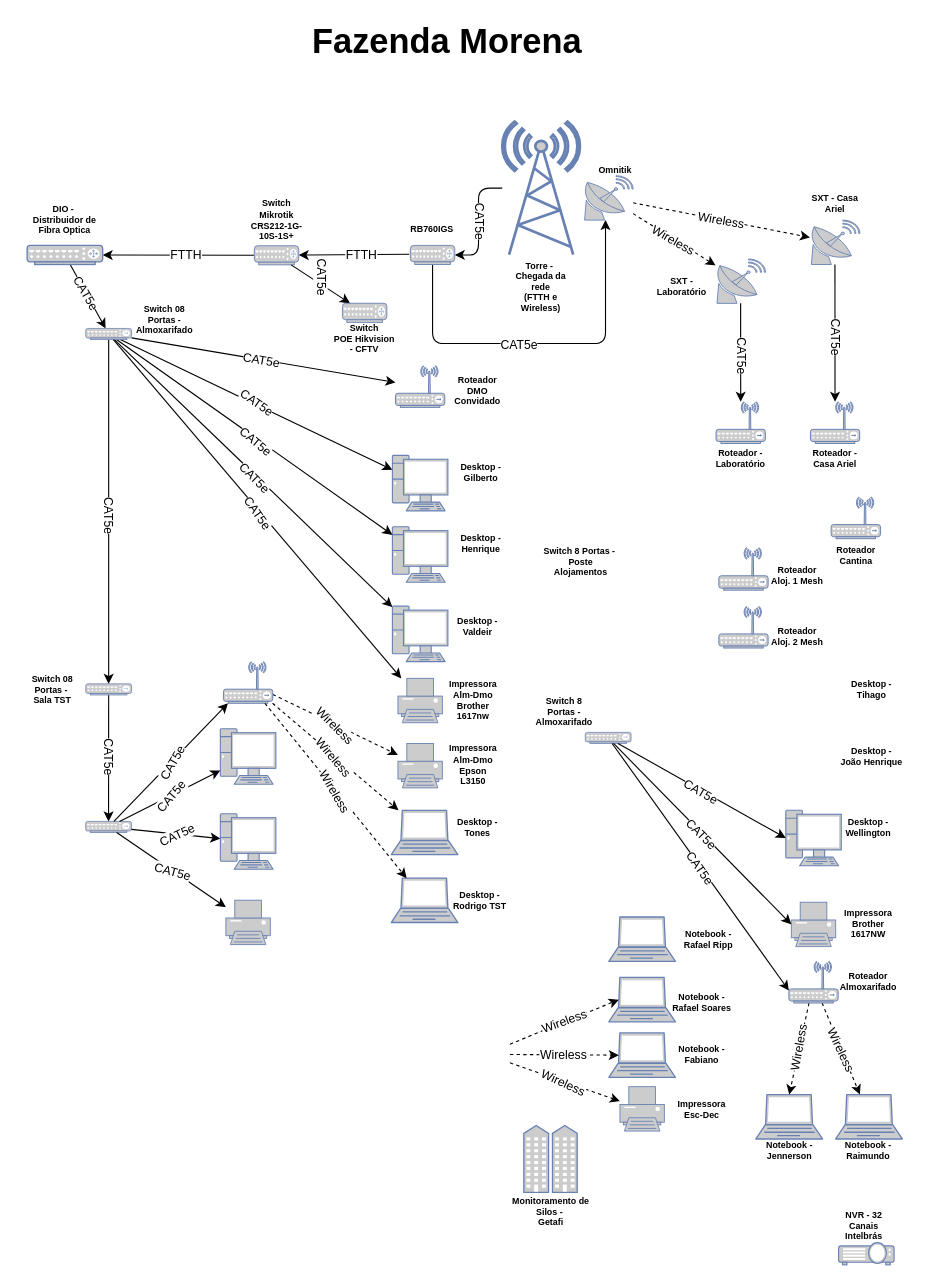
Above: Diagrama Rede Morena.drawio in AlbertoPontes/Fluxogramas (draw.io), before the change. Source tidied: cells renumbered, new cells numbered last; positions are measured from the earlier drawing's top-left corner, leaving out a move shared by most shapes. Both pictures are drawn from the tidied source at 111%, with x=0, y=0 at pixel (19, 19).
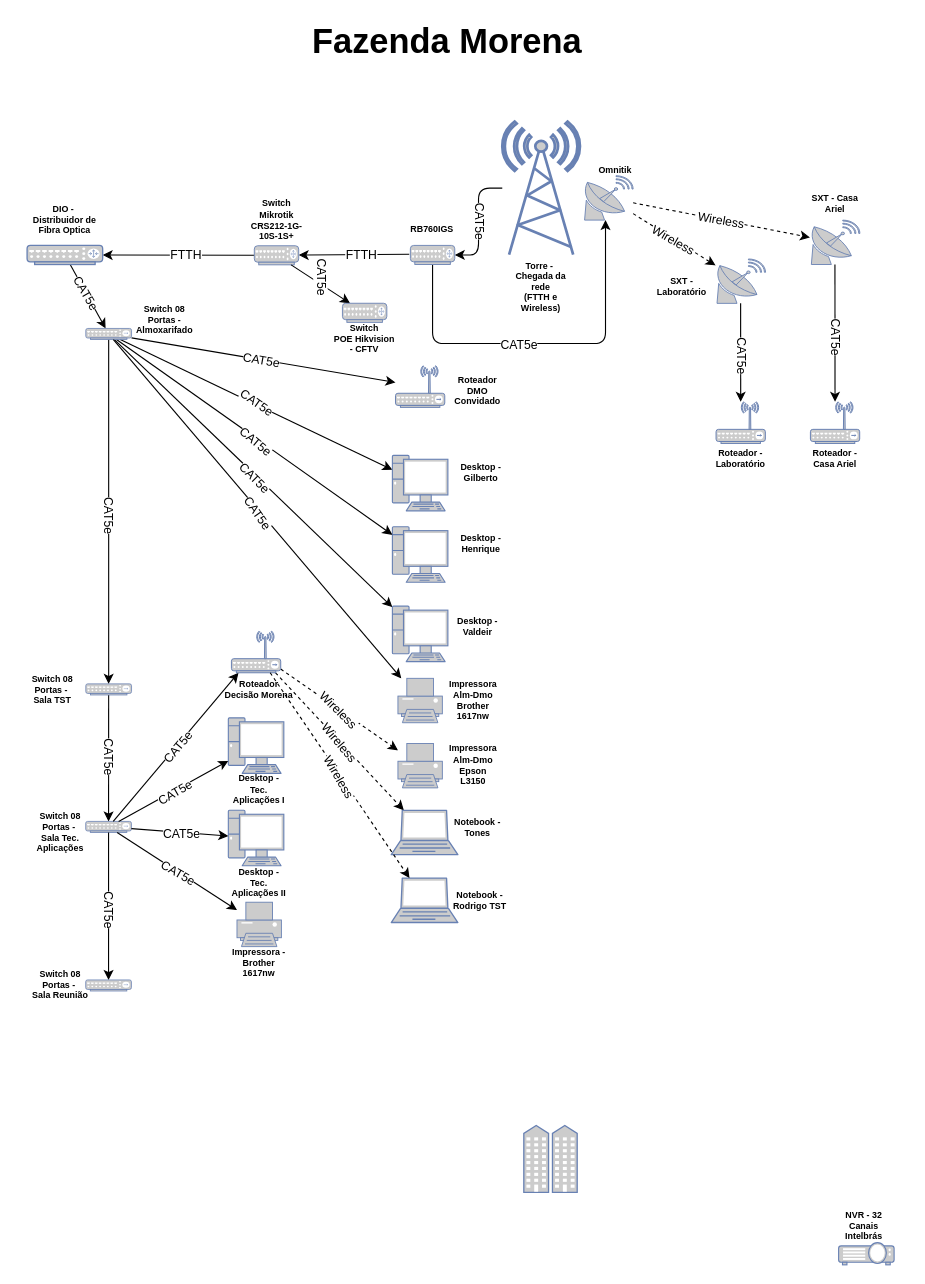
The same page after the edit.

The change refers to these unchanged cells:
```xml
<mxCell id="105" style="fontColor=#0066CC;verticalAlign=top;verticalLabelPosition=bottom;labelPosition=center;align=center;html=1;outlineConnect=0;fillColor=#CCCCCC;strokeColor=#6881B3;gradientColor=none;gradientDirection=north;strokeWidth=2;shape=mxgraph.networks.hub;rounded=1;" parent="1" vertex="1">
  <mxGeometry x="59.7" y="722.5" width="41.2" height="10" as="geometry" />
</mxCell>
<mxCell id="131" style="endArrow=classic;html=1;rounded=1;" parent="1" edge="1" source="105" target="134">
  <mxGeometry relative="1" as="geometry" />
</mxCell>
<mxCell id="135" style="endArrow=classic;html=1;rounded=1;" parent="1" edge="1" source="105" target="11">
  <mxGeometry relative="1" as="geometry" />
</mxCell>
<mxCell id="137" style="endArrow=classic;html=1;rounded=1;" parent="1" edge="1" source="105" target="12">
  <mxGeometry relative="1" as="geometry" />
</mxCell>
<mxCell id="139" style="endArrow=classic;html=1;rounded=1;" parent="1" edge="1" source="105" target="133">
  <mxGeometry relative="1" as="geometry" />
</mxCell>
```

What changed in the source:
```diff
@@
-    <mxCell id="7" style="fontColor=#0066CC;verticalAlign=top;verticalLabelPosition=bottom;labelPosition=center;align=center;html=1;outlineConnect=0;fillColor=#CCCCCC;strokeColor=#6881B3;gradientColor=none;gradientDirection=north;strokeWidth=2;shape=mxgraph.networks.hub;rounded=1;" parent="1" vertex="1">
-      <mxGeometry x="509.8" y="642.3" width="41.2" height="10" as="geometry" />
-    </mxCell>
-    <mxCell id="8" style="fontColor=#0066CC;verticalAlign=top;verticalLabelPosition=bottom;labelPosition=center;align=center;html=1;outlineConnect=0;fillColor=#CCCCCC;strokeColor=#6881B3;gradientColor=none;gradientDirection=north;strokeWidth=2;shape=mxgraph.networks.laptop;rounded=1;" parent="1" vertex="1">
-      <mxGeometry x="531" y="863.1" width="60" height="40" as="geometry" />
-    </mxCell>
-    <mxCell id="9" style="fontColor=#0066CC;verticalAlign=top;verticalLabelPosition=bottom;labelPosition=center;align=center;html=1;outlineConnect=0;fillColor=#CCCCCC;strokeColor=#6881B3;gradientColor=none;gradientDirection=north;strokeWidth=2;shape=mxgraph.networks.laptop;rounded=1;" parent="1" vertex="1">
-      <mxGeometry x="531" y="913.1" width="60" height="40" as="geometry" />
-    </mxCell>
@@
     <mxCell id="11" style="fontColor=#0066CC;verticalAlign=top;verticalLabelPosition=bottom;labelPosition=center;align=center;html=1;outlineConnect=0;fillColor=#CCCCCC;strokeColor=#6881B3;gradientColor=none;gradientDirection=north;strokeWidth=2;shape=mxgraph.networks.pc;rounded=1;" parent="1" vertex="1">
-      <mxGeometry x="181" y="639" width="50" height="50" as="geometry" />
+      <mxGeometry x="188.2" y="629.2" width="50" height="50" as="geometry" />
     </mxCell>
     <mxCell id="12" style="fontColor=#0066CC;verticalAlign=top;verticalLabelPosition=bottom;labelPosition=center;align=center;html=1;outlineConnect=0;fillColor=#CCCCCC;strokeColor=#6881B3;gradientColor=none;gradientDirection=north;strokeWidth=2;shape=mxgraph.networks.pc;rounded=1;" parent="1" vertex="1">
-      <mxGeometry x="181" y="715.6" width="50" height="50" as="geometry" />
+      <mxGeometry x="188.2" y="712.5" width="50" height="50" as="geometry" />
     </mxCell>
@@
-    <mxCell id="32" value="Roteador&lt;br&gt;Aloj. 1&amp;nbsp;Mesh" style="text;html=1;strokeColor=none;fillColor=none;align=center;verticalAlign=middle;whiteSpace=wrap;rounded=1;fontSize=8;fontStyle=1;" parent="1" vertex="1">
-      <mxGeometry x="671.3" y="486.2" width="60" height="30" as="geometry" />
-    </mxCell>
-    <mxCell id="33" value="Roteador&lt;br style=&quot;border-color: var(--border-color);&quot;&gt;Aloj. 2 Mesh" style="text;html=1;strokeColor=none;fillColor=none;align=center;verticalAlign=middle;whiteSpace=wrap;rounded=1;fontSize=8;fontStyle=1;" parent="1" vertex="1">
-      <mxGeometry x="671.3" y="540.5" width="60" height="30" as="geometry" />
-    </mxCell>
-    <mxCell id="34" value="Roteador&lt;br&gt;Cantina" style="text;html=1;strokeColor=none;fillColor=none;align=center;verticalAlign=middle;whiteSpace=wrap;rounded=1;fontSize=8;fontStyle=1;" parent="1" vertex="1">
-      <mxGeometry x="723.5" y="467.8" width="60" height="30" as="geometry" />
-    </mxCell>
-    <mxCell id="35" style="fontColor=#0066CC;verticalAlign=top;verticalLabelPosition=bottom;labelPosition=center;align=center;html=1;outlineConnect=0;fillColor=#CCCCCC;strokeColor=#6881B3;gradientColor=none;gradientDirection=north;strokeWidth=2;shape=mxgraph.networks.pc;rounded=1;" parent="1" vertex="1">
-      <mxGeometry x="690.4" y="712.5" width="50" height="50" as="geometry" />
-    </mxCell>
-    <mxCell id="36" style="fontColor=#0066CC;verticalAlign=top;verticalLabelPosition=bottom;labelPosition=center;align=center;html=1;outlineConnect=0;fillColor=#CCCCCC;strokeColor=#6881B3;gradientColor=none;gradientDirection=north;strokeWidth=2;shape=mxgraph.networks.laptop;rounded=1;" parent="1" vertex="1">
-      <mxGeometry x="663.5" y="968.6" width="60" height="40" as="geometry" />
-    </mxCell>
-    <mxCell id="37" style="endArrow=classic;html=1;rounded=1;entryX=0;entryY=0.5;entryDx=0;entryDy=0;entryPerimeter=0;" parent="1" edge="1" source="7" target="35">
-      <mxGeometry relative="1" as="geometry" />
-    </mxCell>
-    <mxCell id="38" value="CAT5e" style="edgeLabel;html=1;align=center;verticalAlign=middle;rotation=30;rounded=1;" parent="37" vertex="1">
-      <mxGeometry relative="1" as="geometry">
-        <mxPoint x="-1" as="offset" />
-      </mxGeometry>
-    </mxCell>
-    <mxCell id="39" style="fontColor=#0066CC;verticalAlign=top;verticalLabelPosition=bottom;labelPosition=center;align=center;html=1;outlineConnect=0;fillColor=#CCCCCC;strokeColor=#6881B3;gradientColor=none;gradientDirection=north;strokeWidth=2;shape=mxgraph.networks.laptop;rounded=1;" parent="1" vertex="1">
-      <mxGeometry x="735.4" y="968.6" width="60" height="40" as="geometry" />
-    </mxCell>
-    <mxCell id="40" style="endArrow=classic;html=1;rounded=1;strokeColor=default;dashed=1;entryX=0.5;entryY=0;entryDx=0;entryDy=0;entryPerimeter=0;" parent="1" edge="1" source="58" target="36">
-      <mxGeometry relative="1" as="geometry" />
-    </mxCell>
-    <mxCell id="41" value="Wireless" style="edgeLabel;html=1;align=center;verticalAlign=middle;rotation=-80;rounded=1;" parent="40" vertex="1">
-      <mxGeometry relative="1" as="geometry">
-        <mxPoint x="-1" as="offset" />
-      </mxGeometry>
-    </mxCell>
-    <mxCell id="42" style="endArrow=classic;html=1;rounded=1;dashed=1;" parent="1" edge="1" source="58" target="39">
-      <mxGeometry relative="1" as="geometry" />
-    </mxCell>
-    <mxCell id="43" value="Wireless" style="edgeLabel;html=1;align=center;verticalAlign=middle;rotation=65;rounded=1;" parent="42" vertex="1">
-      <mxGeometry relative="1" as="geometry" />
-    </mxCell>
@@
-    <mxCell id="46" style="fontColor=#0066CC;verticalAlign=top;verticalLabelPosition=bottom;labelPosition=center;align=center;html=1;outlineConnect=0;fillColor=#CCCCCC;strokeColor=#6881B3;gradientColor=none;gradientDirection=north;strokeWidth=2;shape=mxgraph.networks.printer;rounded=1;" parent="1" vertex="1">
-      <mxGeometry x="541" y="961.5" width="40" height="40" as="geometry" />
-    </mxCell>
@@
-    <mxCell id="49" style="endArrow=classic;html=1;rounded=1;entryX=0.15;entryY=0.5;entryDx=0;entryDy=0;entryPerimeter=0;strokeColor=default;dashed=1;" parent="1" edge="1" target="8">
-      <mxGeometry relative="1" as="geometry">
-        <mxPoint x="441.9" y="923.2" as="sourcePoint" />
-      </mxGeometry>
-    </mxCell>
-    <mxCell id="50" value="Wireless" style="edgeLabel;html=1;align=center;verticalAlign=middle;rotation=-20;rounded=1;" parent="49" vertex="1">
-      <mxGeometry relative="1" as="geometry">
-        <mxPoint x="-1" as="offset" />
-      </mxGeometry>
-    </mxCell>
-    <mxCell id="51" style="endArrow=classic;html=1;rounded=1;entryX=0.15;entryY=0.5;entryDx=0;entryDy=0;entryPerimeter=0;strokeColor=default;dashed=1;" parent="1" edge="1" target="9">
-      <mxGeometry relative="1" as="geometry">
-        <mxPoint x="441.9" y="932.5" as="sourcePoint" />
-      </mxGeometry>
-    </mxCell>
-    <mxCell id="52" value="Wireless" style="edgeLabel;html=1;align=center;verticalAlign=middle;rotation=0;rounded=1;" parent="51" vertex="1">
-      <mxGeometry relative="1" as="geometry">
-        <mxPoint x="-1" as="offset" />
-      </mxGeometry>
-    </mxCell>
-    <mxCell id="53" style="endArrow=classic;html=1;rounded=1;strokeColor=default;dashed=1;" parent="1" edge="1" target="46">
-      <mxGeometry relative="1" as="geometry">
-        <mxPoint x="441.9" y="940" as="sourcePoint" />
-      </mxGeometry>
-    </mxCell>
-    <mxCell id="54" value="Wireless" style="edgeLabel;html=1;align=center;verticalAlign=middle;rotation=25;rounded=1;" parent="53" vertex="1">
-      <mxGeometry relative="1" as="geometry">
-        <mxPoint x="-1" as="offset" />
-      </mxGeometry>
-    </mxCell>
-    <mxCell id="55" style="fontColor=#0066CC;verticalAlign=top;verticalLabelPosition=bottom;labelPosition=center;align=center;html=1;outlineConnect=0;fillColor=#CCCCCC;strokeColor=#6881B3;gradientColor=none;gradientDirection=north;strokeWidth=2;shape=mxgraph.networks.printer;rounded=1;" parent="1" vertex="1">
-      <mxGeometry x="695.4" y="795.3" width="40" height="40" as="geometry" />
-    </mxCell>
-    <mxCell id="56" style="endArrow=classic;html=1;rounded=1;entryX=0;entryY=0.5;entryDx=0;entryDy=0;entryPerimeter=0;" parent="1" edge="1" source="7" target="55">
-      <mxGeometry relative="1" as="geometry" />
-    </mxCell>
-    <mxCell id="57" value="CAT5e" style="edgeLabel;html=1;align=center;verticalAlign=middle;rotation=45;rounded=1;" parent="56" vertex="1">
-      <mxGeometry relative="1" as="geometry">
-        <mxPoint x="-1" as="offset" />
-      </mxGeometry>
-    </mxCell>
-    <mxCell id="58" style="fontColor=#0066CC;verticalAlign=top;verticalLabelPosition=bottom;labelPosition=center;align=center;html=1;outlineConnect=0;fillColor=#CCCCCC;strokeColor=#6881B3;gradientColor=none;gradientDirection=north;strokeWidth=2;shape=mxgraph.networks.wireless_hub;rounded=1;" parent="1" vertex="1">
-      <mxGeometry x="693.2" y="848.6" width="44.4" height="37.5" as="geometry" />
-    </mxCell>
-    <mxCell id="59" style="endArrow=classic;html=1;rounded=1;entryX=0;entryY=0.7;entryDx=0;entryDy=0;entryPerimeter=0;" parent="1" edge="1" source="7" target="58">
-      <mxGeometry relative="1" as="geometry" />
-    </mxCell>
-    <mxCell id="60" value="CAT5e" style="edgeLabel;html=1;align=center;verticalAlign=middle;rotation=55;rounded=1;" parent="59" vertex="1">
-      <mxGeometry relative="1" as="geometry">
-        <mxPoint x="-1" as="offset" />
-      </mxGeometry>
-    </mxCell>
@@
-    <mxCell id="72" value="Switch 8 Portas - Almoxarifado" style="text;html=1;strokeColor=none;fillColor=none;align=center;verticalAlign=middle;whiteSpace=wrap;rounded=1;fontSize=8;fontStyle=1;" parent="1" vertex="1">
-      <mxGeometry x="461" y="608.6" width="60" height="30" as="geometry" />
-    </mxCell>
@@
-    <mxCell id="78" value="Notebook - Raimundo" style="text;html=1;strokeColor=none;fillColor=none;align=center;verticalAlign=middle;whiteSpace=wrap;rounded=1;fontSize=8;fontStyle=1;" parent="1" vertex="1">
-      <mxGeometry x="735.4" y="1003.6" width="60" height="30" as="geometry" />
-    </mxCell>
@@
-    <mxCell id="80" value="Desktop - Tihago" style="text;html=1;strokeColor=none;fillColor=none;align=center;verticalAlign=middle;whiteSpace=wrap;rounded=1;fontSize=8;fontStyle=1;" parent="1" vertex="1">
-      <mxGeometry x="738" y="588.6" width="60" height="30" as="geometry" />
-    </mxCell>
-    <mxCell id="81" value="Desktop - &lt;br&gt;João Henrique" style="text;html=1;strokeColor=none;fillColor=none;align=center;verticalAlign=middle;whiteSpace=wrap;rounded=1;fontSize=8;fontStyle=1;" parent="1" vertex="1">
-      <mxGeometry x="738" y="649.2" width="60" height="30" as="geometry" />
-    </mxCell>
-    <mxCell id="82" value="Desktop - Wellington" style="text;html=1;strokeColor=none;fillColor=none;align=center;verticalAlign=middle;whiteSpace=wrap;rounded=1;fontSize=8;fontStyle=1;" parent="1" vertex="1">
-      <mxGeometry x="735.4" y="712.5" width="60" height="30" as="geometry" />
-    </mxCell>
-    <mxCell id="83" value="Notebook - Jennerson" style="text;html=1;strokeColor=none;fillColor=none;align=center;verticalAlign=middle;whiteSpace=wrap;rounded=1;fontSize=8;fontStyle=1;" parent="1" vertex="1">
-      <mxGeometry x="663.5" y="1003.6" width="60" height="30" as="geometry" />
-    </mxCell>
-    <mxCell id="84" value="Impressora&lt;br&gt;Brother&lt;br&gt;1617NW" style="text;html=1;strokeColor=none;fillColor=none;align=center;verticalAlign=middle;whiteSpace=wrap;rounded=1;fontSize=8;fontStyle=1;" parent="1" vertex="1">
-      <mxGeometry x="735.4" y="800.3" width="60" height="30" as="geometry" />
-    </mxCell>
-    <mxCell id="85" value="Roteador&lt;br&gt;Almoxarifado" style="text;html=1;strokeColor=none;fillColor=none;align=center;verticalAlign=middle;whiteSpace=wrap;rounded=1;fontSize=8;fontStyle=1;" parent="1" vertex="1">
-      <mxGeometry x="735.4" y="852.3" width="60" height="30" as="geometry" />
-    </mxCell>
-    <mxCell id="86" value="Notebook - Rafael Soares" style="text;html=1;strokeColor=none;fillColor=none;align=center;verticalAlign=middle;whiteSpace=wrap;rounded=1;fontSize=8;fontStyle=1;" parent="1" vertex="1">
-      <mxGeometry x="585" y="871" width="60" height="30" as="geometry" />
-    </mxCell>
-    <mxCell id="87" value="Notebook -Fabiano" style="text;html=1;strokeColor=none;fillColor=none;align=center;verticalAlign=middle;whiteSpace=wrap;rounded=1;fontSize=8;fontStyle=1;" parent="1" vertex="1">
-      <mxGeometry x="585" y="918.1" width="60" height="30" as="geometry" />
-    </mxCell>
-    <mxCell id="88" value="Impressora Esc-Dec" style="text;html=1;strokeColor=none;fillColor=none;align=center;verticalAlign=middle;whiteSpace=wrap;rounded=1;fontSize=8;fontStyle=1;" parent="1" vertex="1">
-      <mxGeometry x="585" y="966.5" width="60" height="30" as="geometry" />
-    </mxCell>
-    <mxCell id="89" style="fontColor=#0066CC;verticalAlign=top;verticalLabelPosition=bottom;labelPosition=center;align=center;html=1;fillColor=#CCCCCC;strokeColor=#6881B3;gradientColor=none;gradientDirection=north;strokeWidth=2;shape=mxgraph.networks.wireless_hub;rounded=1;" parent="1" vertex="1">
-      <mxGeometry x="731.3" y="430.3" width="44.4" height="37.5" as="geometry" />
-    </mxCell>
-    <mxCell id="90" style="fontColor=#0066CC;verticalAlign=top;verticalLabelPosition=bottom;labelPosition=center;align=center;html=1;fillColor=#CCCCCC;strokeColor=#6881B3;gradientColor=none;gradientDirection=north;strokeWidth=2;shape=mxgraph.networks.wireless_hub;rounded=1;" parent="1" vertex="1">
-      <mxGeometry x="630.1" y="528.8" width="44.4" height="37.5" as="geometry" />
-    </mxCell>
@@
-    <mxCell id="94" style="fontColor=#0066CC;verticalAlign=top;verticalLabelPosition=bottom;labelPosition=center;align=center;html=1;fillColor=#CCCCCC;strokeColor=#6881B3;gradientColor=none;gradientDirection=north;strokeWidth=2;shape=mxgraph.networks.wireless_hub;rounded=1;" parent="1" vertex="1">
-      <mxGeometry x="630.1" y="475.9" width="44.4" height="38.3" as="geometry" />
-    </mxCell>
@@
-    <mxCell id="97" value="Monitoramento de Silos -&amp;nbsp;&lt;br&gt;Getafi" style="text;html=1;strokeColor=none;fillColor=none;align=center;verticalAlign=middle;whiteSpace=wrap;rounded=1;fontSize=8;fontStyle=1;" parent="1" vertex="1">
-      <mxGeometry x="440" y="1060.4" width="78.2" height="30" as="geometry" />
-    </mxCell>
@@
-    <mxCell id="103" style="fontColor=#0066CC;verticalAlign=top;verticalLabelPosition=bottom;labelPosition=center;align=center;html=1;fillColor=#CCCCCC;strokeColor=#6881B3;gradientColor=none;gradientDirection=north;strokeWidth=2;shape=mxgraph.networks.laptop;rounded=1;" parent="1" vertex="1">
-      <mxGeometry x="531" y="808.6" width="60" height="40" as="geometry" />
-    </mxCell>
-    <mxCell id="104" value="Notebook - Rafael Ripp" style="text;html=1;strokeColor=none;fillColor=none;align=center;verticalAlign=middle;whiteSpace=wrap;rounded=1;fontSize=8;fontStyle=1;" parent="1" vertex="1">
-      <mxGeometry x="591" y="813.6" width="60" height="30" as="geometry" />
-    </mxCell>
@@
-    <mxCell id="106" value="Switch 8 Portas -&amp;nbsp;&lt;br&gt;Poste Alojamentos" style="text;html=1;strokeColor=none;fillColor=none;align=center;verticalAlign=middle;whiteSpace=wrap;rounded=1;fontSize=8;fontStyle=1;" parent="1" vertex="1">
-      <mxGeometry x="471.2" y="473.5" width="69.6" height="30" as="geometry" />
-    </mxCell>
@@
-    <mxCell id="118" value="Desktop - Tones" style="text;html=1;strokeColor=none;fillColor=none;align=center;verticalAlign=middle;whiteSpace=wrap;rounded=1;fontSize=8;fontStyle=1;" parent="1" vertex="1">
+    <mxCell id="118" value="Notebook - Tones" style="text;html=1;strokeColor=none;fillColor=none;align=center;verticalAlign=middle;whiteSpace=wrap;rounded=1;fontSize=8;fontStyle=1;" parent="1" vertex="1">
       <mxGeometry x="383.2" y="712.5" width="60" height="30" as="geometry" />
     </mxCell>
@@
-    <mxCell id="132" value="CAT5e" style="edgeLabel;html=1;align=center;verticalAlign=middle;rotation=-60;rounded=1;" parent="131" vertex="1">
+    <mxCell id="132" value="CAT5e" style="edgeLabel;html=1;align=center;verticalAlign=middle;rotation=-50;rounded=1;" parent="131" vertex="1">
       <mxGeometry relative="1" as="geometry">
         <mxPoint x="1" y="1" as="offset" />
       </mxGeometry>
     </mxCell>
     <mxCell id="133" style="fontColor=#0066CC;verticalAlign=top;verticalLabelPosition=bottom;labelPosition=center;align=center;html=1;outlineConnect=0;fillColor=#CCCCCC;strokeColor=#6881B3;gradientColor=none;gradientDirection=north;strokeWidth=2;shape=mxgraph.networks.printer;rounded=1;" parent="1" vertex="1">
-      <mxGeometry x="186" y="793.5" width="40" height="40" as="geometry" />
+      <mxGeometry x="196" y="795.3" width="40" height="40" as="geometry" />
     </mxCell>
     <mxCell id="134" style="fontColor=#0066CC;verticalAlign=top;verticalLabelPosition=bottom;labelPosition=center;align=center;html=1;outlineConnect=0;fillColor=#CCCCCC;strokeColor=#6881B3;gradientColor=none;gradientDirection=north;strokeWidth=2;shape=mxgraph.networks.wireless_hub;rounded=1;" parent="1" vertex="1">
-      <mxGeometry x="183.8" y="578.6" width="44.4" height="37.5" as="geometry" />
+      <mxGeometry x="191" y="551.1" width="44.4" height="37.5" as="geometry" />
     </mxCell>
@@
-    <mxCell id="136" value="CAT5e" style="edgeLabel;html=1;align=center;verticalAlign=middle;rotation=-50;rounded=1;" parent="135" vertex="1">
+    <mxCell id="136" value="CAT5e" style="edgeLabel;html=1;align=center;verticalAlign=middle;rotation=-30;rounded=1;" parent="135" vertex="1">
       <mxGeometry relative="1" as="geometry">
         <mxPoint x="1" y="1" as="offset" />
       </mxGeometry>
     </mxCell>
@@
-    <mxCell id="138" value="CAT5e" style="edgeLabel;html=1;align=center;verticalAlign=middle;rotation=-25;rounded=1;" parent="137" vertex="1">
+    <mxCell id="138" value="CAT5e" style="edgeLabel;html=1;align=center;verticalAlign=middle;rotation=0;rounded=1;" parent="137" vertex="1">
       <mxGeometry relative="1" as="geometry">
         <mxPoint x="1" y="1" as="offset" />
       </mxGeometry>
     </mxCell>
@@
-    <mxCell id="140" value="CAT5e" style="edgeLabel;html=1;align=center;verticalAlign=middle;rotation=15;rounded=1;" parent="139" vertex="1">
+    <mxCell id="140" value="CAT5e" style="edgeLabel;html=1;align=center;verticalAlign=middle;rotation=30;rounded=1;" parent="139" vertex="1">
       <mxGeometry relative="1" as="geometry">
         <mxPoint x="1" y="1" as="offset" />
       </mxGeometry>
     </mxCell>
@@
-    <mxCell id="142" value="Desktop - Rodrigo TST" style="text;html=1;strokeColor=none;fillColor=none;align=center;verticalAlign=middle;whiteSpace=wrap;rounded=1;fontSize=8;fontStyle=1;" parent="1" vertex="1">
+    <mxCell id="142" value="Notebook - Rodrigo TST" style="text;html=1;strokeColor=none;fillColor=none;align=center;verticalAlign=middle;whiteSpace=wrap;rounded=1;fontSize=8;fontStyle=1;" parent="1" vertex="1">
       <mxGeometry x="385" y="778.6" width="60" height="30" as="geometry" />
     </mxCell>
@@
+    <mxCell id="145" value="Desktop -&lt;br&gt;Tec. Aplicações I" style="text;html=1;strokeColor=none;fillColor=none;align=center;verticalAlign=middle;whiteSpace=wrap;rounded=1;fontSize=8;fontStyle=1;" parent="1" vertex="1">
+      <mxGeometry x="186" y="679.2" width="60" height="30" as="geometry" />
+    </mxCell>
+    <mxCell id="146" value="Roteador&lt;br&gt;Decisão Morena" style="text;html=1;strokeColor=none;fillColor=none;align=center;verticalAlign=middle;whiteSpace=wrap;rounded=1;fontSize=8;fontStyle=1;" parent="1" vertex="1">
+      <mxGeometry x="181" y="588.6" width="70" height="30" as="geometry" />
+    </mxCell>
+    <mxCell id="147" value="Desktop -&lt;br&gt;Tec. Aplicações II" style="text;html=1;strokeColor=none;fillColor=none;align=center;verticalAlign=middle;whiteSpace=wrap;rounded=1;fontSize=8;fontStyle=1;" parent="1" vertex="1">
+      <mxGeometry x="186" y="762.5" width="60" height="30" as="geometry" />
+    </mxCell>
+    <mxCell id="148" value="Impressora - Brother 1617nw" style="text;html=1;strokeColor=none;fillColor=none;align=center;verticalAlign=middle;whiteSpace=wrap;rounded=1;fontSize=8;fontStyle=1;" parent="1" vertex="1">
+      <mxGeometry x="186" y="835.3" width="60" height="30" as="geometry" />
+    </mxCell>
+    <mxCell id="149" style="endArrow=classic;html=1;rounded=1;" parent="1" edge="1" source="105" target="151">
+      <mxGeometry relative="1" as="geometry" />
+    </mxCell>
+    <mxCell id="150" value="CAT5e" style="edgeLabel;html=1;align=center;verticalAlign=middle;rotation=90;rounded=1;" parent="149" vertex="1">
+      <mxGeometry relative="1" as="geometry">
+        <mxPoint x="1" y="3" as="offset" />
+      </mxGeometry>
+    </mxCell>
+    <mxCell id="151" style="fontColor=#0066CC;verticalAlign=top;verticalLabelPosition=bottom;labelPosition=center;align=center;html=1;outlineConnect=0;fillColor=#CCCCCC;strokeColor=#6881B3;gradientColor=none;gradientDirection=north;strokeWidth=2;shape=mxgraph.networks.hub;rounded=1;" parent="1" vertex="1">
+      <mxGeometry x="59.7" y="865.3" width="41.2" height="10" as="geometry" />
+    </mxCell>
+    <mxCell id="152" value="Switch 08 Portas -&amp;nbsp;&lt;br&gt;Sala Reunião" style="text;html=1;strokeColor=none;fillColor=none;align=center;verticalAlign=middle;whiteSpace=wrap;rounded=1;fontSize=8;fontStyle=1;" parent="1" vertex="1">
+      <mxGeometry x="7" y="855.3" width="60" height="30" as="geometry" />
+    </mxCell>
+    <mxCell id="153" value="Switch 08 Portas -&amp;nbsp;&lt;br&gt;Sala Tec. Aplicações" style="text;html=1;strokeColor=none;fillColor=none;align=center;verticalAlign=middle;whiteSpace=wrap;rounded=1;fontSize=8;fontStyle=1;" parent="1" vertex="1">
+      <mxGeometry x="7" y="717.5" width="60" height="30" as="geometry" />
+    </mxCell>
```
